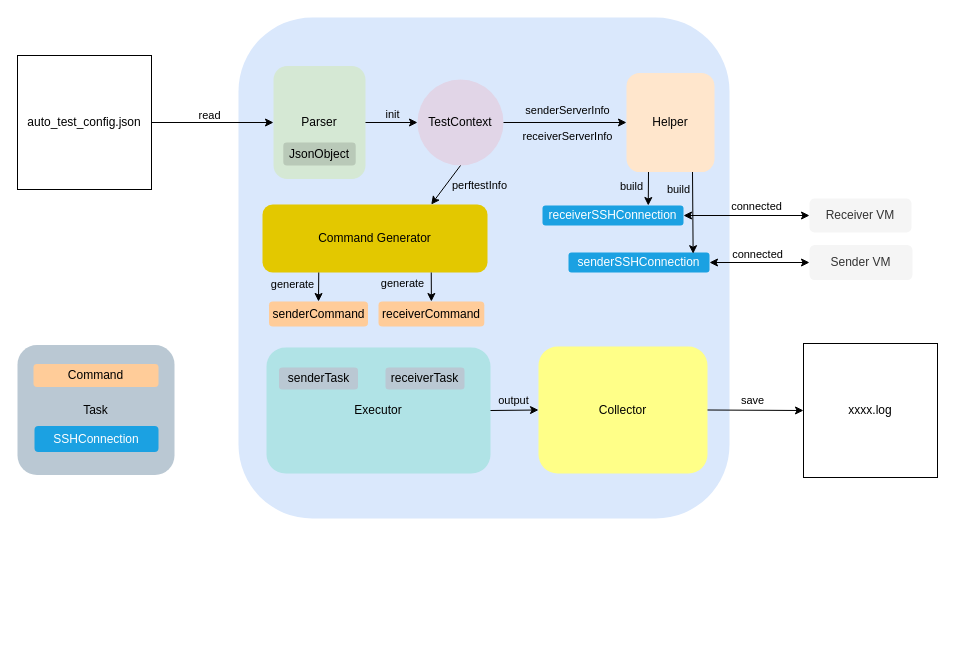
should4/TCU-AutoTest keeps this draw.io diagram as system-function-view.drawio. Above is the earlier version. Source tidied: cells renumbered, new cells numbered last; positions are measured from the earlier drawing's top-left corner, leaving out a move shared by most shapes. Both pictures are drawn from the tidied source at 100%, with x=0, y=0 at pixel (17, 17).
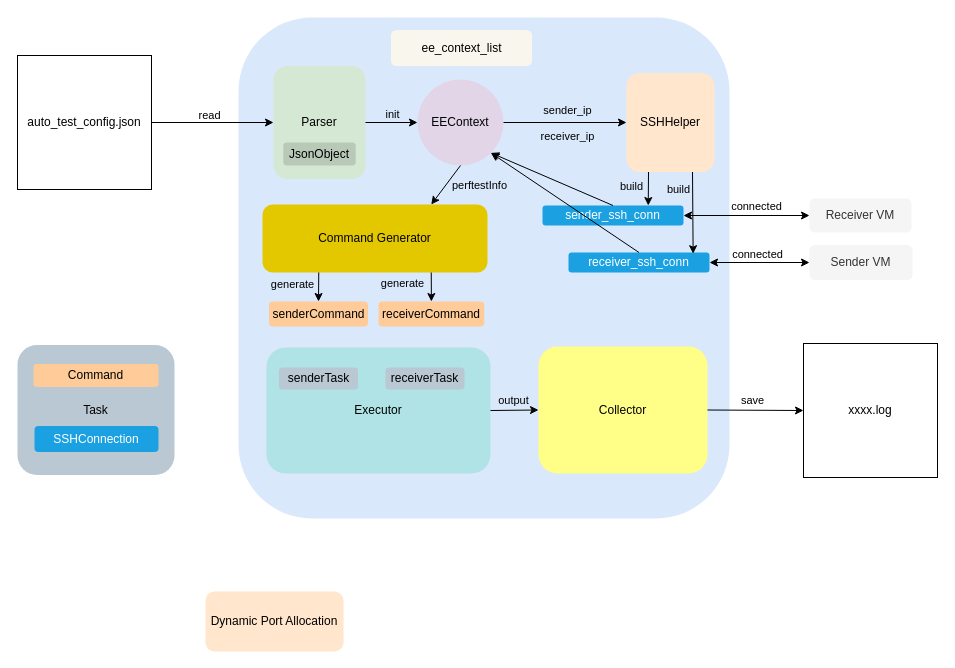
After the change.

Unchanged cells that the change refers to:
```xml
<mxCell id="15" style="endArrow=classic;html=1;rounded=0;exitX=1;exitY=0.5;exitDx=0;exitDy=0;entryX=0;entryY=0.5;entryDx=0;entryDy=0;" parent="1" edge="1" source="8" target="12">
  <mxGeometry relative="1" as="geometry" />
</mxCell>
```

What changed in the source:
```diff
@@
-    <mxCell id="8" value="TestContext" style="ellipse;whiteSpace=wrap;html=1;strokeColor=none;fillColor=#e1d5e7;" parent="1" vertex="1">
+    <mxCell id="8" value="EEContext" style="ellipse;whiteSpace=wrap;html=1;strokeColor=none;fillColor=#e1d5e7;" parent="1" vertex="1">
       <mxGeometry x="400" y="62" width="86" height="86" as="geometry" />
     </mxCell>
@@
-    <mxCell id="12" value="Helper" style="rounded=1;whiteSpace=wrap;html=1;fillColor=#ffe6cc;strokeColor=none;" parent="1" vertex="1">
+    <mxCell id="12" value="SSHHelper" style="rounded=1;whiteSpace=wrap;html=1;fillColor=#ffe6cc;strokeColor=none;" parent="1" vertex="1">
       <mxGeometry x="609" y="55.5" width="88" height="99" as="geometry" />
     </mxCell>
@@
-    <mxCell id="16" value="senderServerInfo&lt;div&gt;&lt;br&gt;&lt;/div&gt;&lt;div&gt;receiverServerInfo&lt;/div&gt;" style="edgeLabel;html=1;align=center;verticalAlign=middle;labelBackgroundColor=none;" parent="15" vertex="1">
+    <mxCell id="16" value="sender_ip&lt;br&gt;&lt;div&gt;&lt;br&gt;&lt;/div&gt;&lt;div&gt;receiver_ip&lt;/div&gt;" style="edgeLabel;html=1;align=center;verticalAlign=middle;labelBackgroundColor=none;" parent="15" vertex="1">
       <mxGeometry x="0.12" y="1" relative="1" as="geometry">
         <mxPoint x="-6" y="1" as="offset" />
       </mxGeometry>
     </mxCell>
-    <mxCell id="17" value="senderSSHConnection" style="rounded=1;whiteSpace=wrap;html=1;fillColor=#1ba1e2;fontColor=#ffffff;strokeColor=none;" parent="1" vertex="1">
+    <mxCell id="17" value="receiver_ssh_conn" style="rounded=1;whiteSpace=wrap;html=1;fillColor=#1ba1e2;fontColor=#ffffff;strokeColor=none;" parent="1" vertex="1">
       <mxGeometry x="551" y="235" width="141" height="20" as="geometry" />
     </mxCell>
-    <mxCell id="18" value="receiverSSHConnection" style="rounded=1;whiteSpace=wrap;html=1;fillColor=#1ba1e2;fontColor=#ffffff;strokeColor=none;" parent="1" vertex="1">
+    <mxCell id="18" value="sender_ssh_conn" style="rounded=1;whiteSpace=wrap;html=1;fillColor=#1ba1e2;fontColor=#ffffff;strokeColor=none;" parent="1" vertex="1">
       <mxGeometry x="525" y="188" width="141" height="20" as="geometry" />
     </mxCell>
@@
+    <mxCell id="47" value="ee_context_list" style="rounded=1;whiteSpace=wrap;html=1;fillColor=#f9f7ed;strokeColor=none;" parent="1" vertex="1">
+      <mxGeometry x="373.5" y="12.5" width="141" height="36" as="geometry" />
+    </mxCell>
+    <mxCell id="48" style="endArrow=classic;html=1;rounded=0;entryX=1;entryY=1;entryDx=0;entryDy=0;exitX=0.5;exitY=0;exitDx=0;exitDy=0;" parent="1" edge="1" source="18" target="8">
+      <mxGeometry relative="1" as="geometry" />
+    </mxCell>
+    <mxCell id="49" style="endArrow=classic;html=1;rounded=0;entryX=1;entryY=1;entryDx=0;entryDy=0;exitX=0.5;exitY=0;exitDx=0;exitDy=0;" parent="1" edge="1" source="17" target="8">
+      <mxGeometry relative="1" as="geometry" />
+    </mxCell>
+    <mxCell id="50" value="Dynamic Port Allocation" style="rounded=1;whiteSpace=wrap;html=1;fillColor=#ffe6cc;strokeColor=none;" parent="1" vertex="1">
+      <mxGeometry x="188" y="574" width="138" height="60" as="geometry" />
+    </mxCell>
```
